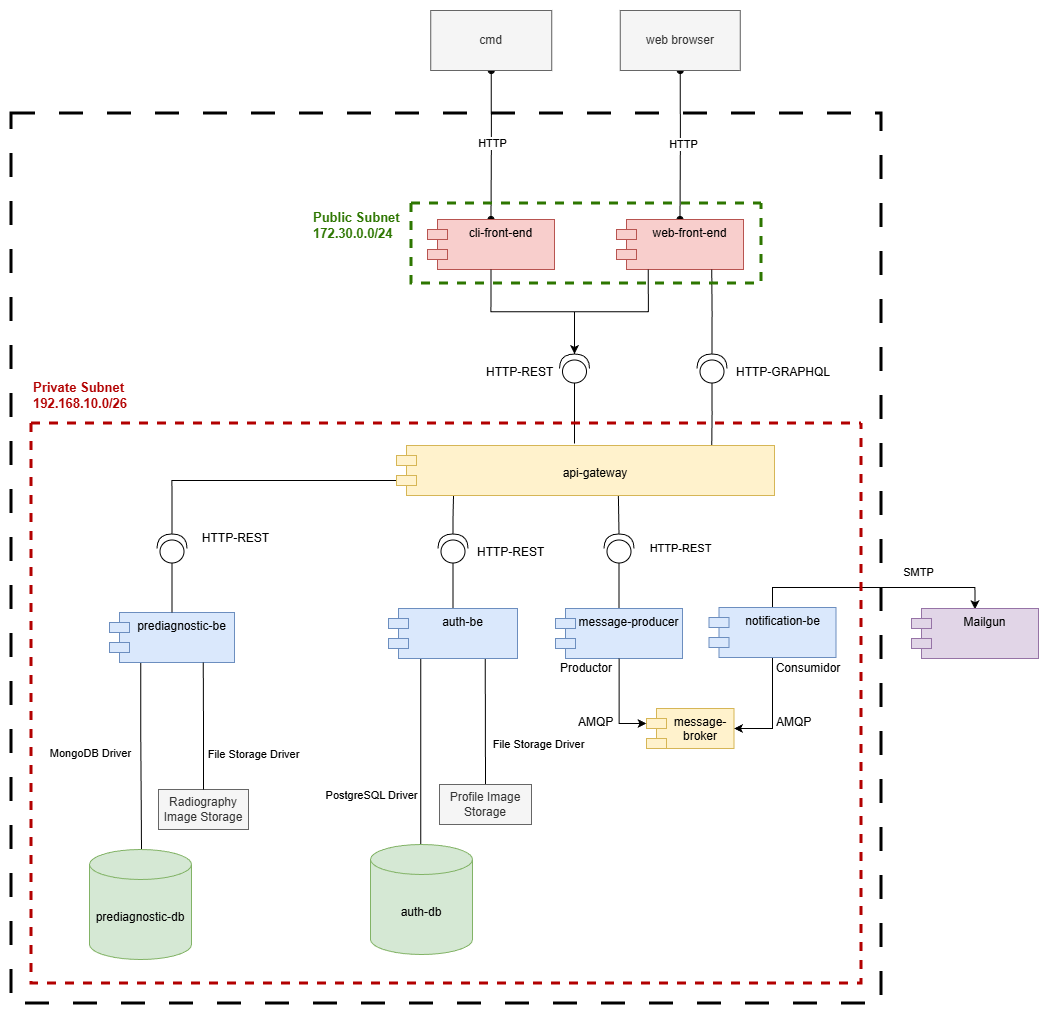
Earlier version of the draw.io export P3/images/cycview.png (unobeswarch/PrototypesReadmes). Source tidied: cells renumbered, new cells last; positions are measured from the earlier drawing's top-left corner, leaving out a move shared by most shapes. The source it was exported from:
```xml
<mxGraphModel>
  <root>
    <mxCell id="0" />
    <mxCell id="1" parent="0" />
    <mxCell id="2" style="rounded=0;whiteSpace=wrap;html=1;dashed=1;strokeWidth=3;dashPattern=8 8;" parent="1" vertex="1">
      <mxGeometry y="103" width="870" height="890" as="geometry" />
    </mxCell>
    <mxCell id="3" style="edgeStyle=orthogonalEdgeStyle;rounded=0;jettySize=auto;html=1;exitX=0.5;exitY=1;exitDx=0;exitDy=0;entryX=0.5;entryY=0;entryDx=0;entryDy=0;endArrow=oval;endFill=1;startArrow=oval;startFill=1;" parent="1" edge="1" source="27" target="26">
      <mxGeometry relative="1" as="geometry" />
    </mxCell>
    <mxCell id="4" value="HTTP" style="edgeLabel;html=1;align=center;verticalAlign=middle;" parent="3" vertex="1">
      <mxGeometry x="-0.09" y="2" relative="1" as="geometry">
        <mxPoint x="-2" y="5" as="offset" />
      </mxGeometry>
    </mxCell>
    <mxCell id="5" style="edgeStyle=orthogonalEdgeStyle;rounded=0;jettySize=auto;html=1;exitX=0.5;exitY=1;exitDx=0;exitDy=0;entryX=0.5;entryY=0;entryDx=0;entryDy=0;endArrow=oval;endFill=1;startArrow=oval;startFill=1;" parent="1" edge="1" source="22" target="9">
      <mxGeometry relative="1" as="geometry" />
    </mxCell>
    <mxCell id="6" value="HTTP" style="edgeLabel;html=1;align=center;verticalAlign=middle;" parent="5" vertex="1">
      <mxGeometry x="-0.18" y="2" relative="1" as="geometry">
        <mxPoint y="12" as="offset" />
      </mxGeometry>
    </mxCell>
    <mxCell id="7" style="edgeStyle=orthogonalEdgeStyle;rounded=0;jettySize=auto;html=1;exitX=0;exitY=0.5;exitDx=0;exitDy=0;exitPerimeter=0;entryX=0.5;entryY=0;entryDx=0;entryDy=0;endArrow=none;endFill=0;" parent="1" edge="1" source="8" target="49">
      <mxGeometry relative="1" as="geometry" />
    </mxCell>
    <mxCell id="8" style="shape=providedRequiredInterface;html=1;verticalLabelPosition=bottom;sketch=0;rotation=-90;fillStyle=solid;fillColor=none;strokeWidth=1;" parent="1" vertex="1">
      <mxGeometry x="593" y="523" width="29" height="30" as="geometry" />
    </mxCell>
    <mxCell id="9" value="web-front-end" style="shape=module;align=left;spacingLeft=20;align=center;verticalAlign=top;whiteSpace=wrap;html=1;fillColor=#f8cecc;strokeColor=#b85450;" parent="1" vertex="1">
      <mxGeometry x="605" y="209" width="127" height="50" as="geometry" />
    </mxCell>
    <mxCell id="10" style="edgeStyle=orthogonalEdgeStyle;rounded=0;jettySize=auto;html=1;endArrow=none;endFill=0;entryX=1;entryY=0.5;entryDx=0;entryDy=0;entryPerimeter=0;exitX=0.587;exitY=0.999;exitDx=0;exitDy=0;exitPerimeter=0;" parent="1" edge="1" source="51" target="8">
      <mxGeometry relative="1" as="geometry">
        <Array as="points">
          <mxPoint x="607" y="486" />
          <mxPoint x="607" y="486" />
        </Array>
      </mxGeometry>
    </mxCell>
    <mxCell id="11" value="HTTP-REST" style="edgeLabel;html=1;align=center;verticalAlign=middle;fontSize=11;" parent="10" vertex="1">
      <mxGeometry x="0.37" y="2" relative="1" as="geometry">
        <mxPoint x="59" y="27" as="offset" />
      </mxGeometry>
    </mxCell>
    <mxCell id="12" style="edgeStyle=orthogonalEdgeStyle;rounded=0;jettySize=auto;html=1;exitX=0.25;exitY=1;exitDx=0;exitDy=0;endArrow=none;endFill=0;entryX=0.5;entryY=0;entryDx=0;entryDy=0;entryPerimeter=0;" parent="1" edge="1" source="25" target="15">
      <mxGeometry relative="1" as="geometry">
        <Array as="points">
          <mxPoint x="409" y="834" />
        </Array>
      </mxGeometry>
    </mxCell>
    <mxCell id="13" value="PostgreSQL Driver" style="edgeLabel;html=1;align=center;verticalAlign=middle;" parent="12" vertex="1">
      <mxGeometry x="-0.1" y="-1" relative="1" as="geometry">
        <mxPoint x="-49" y="52" as="offset" />
      </mxGeometry>
    </mxCell>
    <mxCell id="14" style="edgeStyle=orthogonalEdgeStyle;rounded=0;jettySize=auto;html=1;exitX=0.75;exitY=1;exitDx=0;exitDy=0;entryX=0.5;entryY=0;entryDx=0;entryDy=0;endArrow=none;endFill=0;" parent="1" edge="1" source="25" target="28">
      <mxGeometry relative="1" as="geometry" />
    </mxCell>
    <mxCell id="15" value="auth-db" style="shape=cylinder3;whiteSpace=wrap;html=1;boundedLbl=1;backgroundOutline=1;size=15;fillColor=#d5e8d4;strokeColor=#82b366;" parent="1" vertex="1">
      <mxGeometry x="359" y="834" width="102" height="110" as="geometry" />
    </mxCell>
    <mxCell id="16" style="edgeStyle=orthogonalEdgeStyle;rounded=0;jettySize=auto;html=1;exitX=0.25;exitY=1;exitDx=0;exitDy=0;endArrow=none;endFill=0;entryX=0.5;entryY=0;entryDx=0;entryDy=0;entryPerimeter=0;" parent="1" edge="1" source="18" target="19">
      <mxGeometry relative="1" as="geometry">
        <Array as="points">
          <mxPoint x="130" y="728" />
          <mxPoint x="130" y="823" />
        </Array>
      </mxGeometry>
    </mxCell>
    <mxCell id="17" value="MongoDB Driver" style="edgeLabel;html=1;align=center;verticalAlign=middle;" parent="16" vertex="1">
      <mxGeometry x="0.03" y="-2" relative="1" as="geometry">
        <mxPoint x="-49" y="-7" as="offset" />
      </mxGeometry>
    </mxCell>
    <mxCell id="18" value="prediagnostic-be" style="shape=module;align=left;spacingLeft=20;align=center;verticalAlign=top;whiteSpace=wrap;html=1;fillColor=#dae8fc;strokeColor=#6c8ebf;" parent="1" vertex="1">
      <mxGeometry x="98" y="602" width="125" height="50" as="geometry" />
    </mxCell>
    <mxCell id="19" value="prediagnostic-db" style="shape=cylinder3;whiteSpace=wrap;html=1;boundedLbl=1;backgroundOutline=1;size=15;fillColor=#d5e8d4;strokeColor=#82b366;" parent="1" vertex="1">
      <mxGeometry x="78" y="839" width="102" height="110" as="geometry" />
    </mxCell>
    <mxCell id="20" style="edgeStyle=orthogonalEdgeStyle;rounded=0;jettySize=auto;html=1;exitX=0;exitY=0.5;exitDx=0;exitDy=0;exitPerimeter=0;entryX=0.5;entryY=0;entryDx=0;entryDy=0;endArrow=none;endFill=0;" parent="1" edge="1" source="21" target="25">
      <mxGeometry relative="1" as="geometry" />
    </mxCell>
    <mxCell id="21" style="shape=providedRequiredInterface;html=1;verticalLabelPosition=bottom;sketch=0;rotation=-90;fillStyle=solid;fillColor=none;strokeWidth=1;" parent="1" vertex="1">
      <mxGeometry x="427" y="523" width="29" height="30" as="geometry" />
    </mxCell>
    <mxCell id="22" value="web browser" style="rounded=0;whiteSpace=wrap;html=1;fillColor=#f5f5f5;fontColor=#333333;strokeColor=#666666;" parent="1" vertex="1">
      <mxGeometry x="608.8" width="120" height="60" as="geometry" />
    </mxCell>
    <mxCell id="23" value="Radiography Image Storage" style="rounded=0;whiteSpace=wrap;html=1;fillColor=#f5f5f5;fontColor=#333333;strokeColor=#666666;" parent="1" vertex="1">
      <mxGeometry x="147" y="779" width="90" height="40" as="geometry" />
    </mxCell>
    <mxCell id="24" style="edgeStyle=orthogonalEdgeStyle;rounded=0;jettySize=auto;html=1;entryX=0.75;entryY=1;entryDx=0;entryDy=0;endArrow=none;endFill=0;" parent="1" edge="1" source="23" target="18">
      <mxGeometry relative="1" as="geometry" />
    </mxCell>
    <mxCell id="25" value="auth-be" style="shape=module;align=left;spacingLeft=20;align=center;verticalAlign=top;whiteSpace=wrap;html=1;fillColor=#dae8fc;strokeColor=#6c8ebf;" parent="1" vertex="1">
      <mxGeometry x="377" y="598" width="129" height="50" as="geometry" />
    </mxCell>
    <mxCell id="26" value="cli-front-end" style="shape=module;align=left;spacingLeft=20;align=center;verticalAlign=top;whiteSpace=wrap;html=1;fillColor=#f8cecc;strokeColor=#b85450;" parent="1" vertex="1">
      <mxGeometry x="416" y="209" width="127" height="50" as="geometry" />
    </mxCell>
    <mxCell id="27" value="cmd" style="rounded=0;whiteSpace=wrap;html=1;fillColor=#f5f5f5;fontColor=#333333;strokeColor=#666666;" parent="1" vertex="1">
      <mxGeometry x="419.2" width="121" height="60" as="geometry" />
    </mxCell>
    <mxCell id="28" value="Profile Image Storage" style="rounded=0;whiteSpace=wrap;html=1;fillColor=#f5f5f5;fontColor=#333333;strokeColor=#666666;" parent="1" vertex="1">
      <mxGeometry x="428" y="774" width="92" height="40" as="geometry" />
    </mxCell>
    <mxCell id="29" style="edgeStyle=orthogonalEdgeStyle;rounded=0;jettySize=auto;html=1;entryX=1;entryY=0.5;entryDx=0;entryDy=0;" parent="1" edge="1" source="31" target="32">
      <mxGeometry relative="1" as="geometry" />
    </mxCell>
    <mxCell id="30" style="edgeStyle=orthogonalEdgeStyle;rounded=0;jettySize=auto;html=1;exitX=0.5;exitY=0;exitDx=0;exitDy=0;entryX=0.5;entryY=0.016;entryDx=0;entryDy=0;entryPerimeter=0;" parent="1" edge="1" source="31" target="52">
      <mxGeometry relative="1" as="geometry" />
    </mxCell>
    <mxCell id="31" value="notification-be" style="shape=module;align=left;spacingLeft=20;align=center;verticalAlign=top;whiteSpace=wrap;html=1;fillColor=#dae8fc;strokeColor=#6c8ebf;" parent="1" vertex="1">
      <mxGeometry x="697.5" y="597" width="127" height="50" as="geometry" />
    </mxCell>
    <mxCell id="32" value="message-broker" style="shape=module;align=left;spacingLeft=20;align=center;verticalAlign=top;whiteSpace=wrap;html=1;fillColor=#fff2cc;strokeColor=#d6b656;" parent="1" vertex="1">
      <mxGeometry x="635" y="698" width="87.5" height="40" as="geometry" />
    </mxCell>
    <mxCell id="33" style="edgeStyle=orthogonalEdgeStyle;rounded=0;jettySize=auto;html=1;endArrow=none;endFill=0;entryX=0.5;entryY=1;entryDx=0;entryDy=0;exitX=1;exitY=0.5;exitDx=0;exitDy=0;exitPerimeter=0;" parent="1" edge="1" source="35" target="26">
      <mxGeometry relative="1" as="geometry" />
    </mxCell>
    <mxCell id="34" style="edgeStyle=orthogonalEdgeStyle;rounded=0;jettySize=auto;html=1;exitX=0;exitY=0.5;exitDx=0;exitDy=0;exitPerimeter=0;endArrow=none;endFill=0;" parent="1" edge="1" source="35">
      <mxGeometry relative="1" as="geometry">
        <mxPoint x="563" y="433" as="targetPoint" />
      </mxGeometry>
    </mxCell>
    <mxCell id="35" style="shape=providedRequiredInterface;html=1;verticalLabelPosition=bottom;sketch=0;rotation=-90;fillStyle=solid;fillColor=none;strokeWidth=1;" parent="1" vertex="1">
      <mxGeometry x="548.5" y="343" width="29" height="30" as="geometry" />
    </mxCell>
    <mxCell id="36" style="edgeStyle=orthogonalEdgeStyle;rounded=0;jettySize=auto;html=1;exitX=1;exitY=0.5;exitDx=0;exitDy=0;exitPerimeter=0;entryX=0.75;entryY=1;entryDx=0;entryDy=0;endArrow=none;endFill=0;" parent="1" edge="1" source="37" target="9">
      <mxGeometry relative="1" as="geometry" />
    </mxCell>
    <mxCell id="37" style="shape=providedRequiredInterface;html=1;verticalLabelPosition=bottom;sketch=0;rotation=-90;fillStyle=solid;fillColor=none;strokeWidth=1;" parent="1" vertex="1">
      <mxGeometry x="686" y="343" width="29" height="30" as="geometry" />
    </mxCell>
    <mxCell id="38" value="HTTP-REST" style="text;whiteSpace=wrap;html=1;" parent="1" vertex="1">
      <mxGeometry x="473" y="348" width="70" height="20" as="geometry" />
    </mxCell>
    <mxCell id="39" style="edgeStyle=orthogonalEdgeStyle;rounded=0;jettySize=auto;html=1;exitX=0;exitY=0.5;exitDx=0;exitDy=0;exitPerimeter=0;entryX=0.5;entryY=0;entryDx=0;entryDy=0;endArrow=none;endFill=0;" parent="1" edge="1" source="40" target="18">
      <mxGeometry relative="1" as="geometry" />
    </mxCell>
    <mxCell id="40" style="shape=providedRequiredInterface;html=1;verticalLabelPosition=bottom;sketch=0;rotation=-90;fillStyle=solid;fillColor=none;strokeWidth=1;" parent="1" vertex="1">
      <mxGeometry x="146" y="523" width="29" height="30" as="geometry" />
    </mxCell>
    <mxCell id="41" style="edgeStyle=orthogonalEdgeStyle;rounded=0;jettySize=auto;html=1;exitX=1;exitY=0.5;exitDx=0;exitDy=0;exitPerimeter=0;entryX=0;entryY=0;entryDx=0;entryDy=35;entryPerimeter=0;endArrow=none;endFill=0;" parent="1" edge="1" source="40" target="51">
      <mxGeometry relative="1" as="geometry" />
    </mxCell>
    <mxCell id="42" value="HTTP-REST" style="text;html=1;align=center;verticalAlign=middle;whiteSpace=wrap;rounded=0;" parent="1" vertex="1">
      <mxGeometry x="175" y="513" width="99" height="30" as="geometry" />
    </mxCell>
    <mxCell id="43" value="Productor" style="text;html=1;whiteSpace=wrap;strokeColor=none;fillColor=none;align=center;verticalAlign=middle;rounded=0;" parent="1" vertex="1">
      <mxGeometry x="545" y="643" width="60" height="30" as="geometry" />
    </mxCell>
    <mxCell id="44" value="Consumidor" style="text;html=1;whiteSpace=wrap;strokeColor=none;fillColor=none;align=center;verticalAlign=middle;rounded=0;" parent="1" vertex="1">
      <mxGeometry x="763" y="643" width="68" height="30" as="geometry" />
    </mxCell>
    <mxCell id="45" style="edgeStyle=orthogonalEdgeStyle;rounded=0;jettySize=auto;html=1;exitX=0;exitY=0.5;exitDx=0;exitDy=0;exitPerimeter=0;entryX=0.834;entryY=0.031;entryDx=0;entryDy=0;entryPerimeter=0;endArrow=none;endFill=0;" parent="1" edge="1" source="37" target="51">
      <mxGeometry relative="1" as="geometry" />
    </mxCell>
    <mxCell id="46" value="HTTP-GRAPHQL" style="text;whiteSpace=wrap;html=1;" parent="1" vertex="1">
      <mxGeometry x="722.5" y="348" width="95.5" height="20" as="geometry" />
    </mxCell>
    <mxCell id="47" style="edgeStyle=orthogonalEdgeStyle;rounded=0;jettySize=auto;html=1;exitX=1;exitY=0.5;exitDx=0;exitDy=0;exitPerimeter=0;entryX=0.151;entryY=0.94;entryDx=0;entryDy=0;entryPerimeter=0;endArrow=none;endFill=0;" parent="1" edge="1" source="21" target="51">
      <mxGeometry relative="1" as="geometry" />
    </mxCell>
    <mxCell id="48" value="HTTP-REST" style="text;whiteSpace=wrap;html=1;" parent="1" vertex="1">
      <mxGeometry x="464" y="528" width="70" height="20" as="geometry" />
    </mxCell>
    <mxCell id="49" value="message-producer" style="shape=module;align=left;spacingLeft=20;align=center;verticalAlign=top;whiteSpace=wrap;html=1;fillColor=#dae8fc;strokeColor=#6c8ebf;" parent="1" vertex="1">
      <mxGeometry x="544" y="598" width="127" height="50" as="geometry" />
    </mxCell>
    <mxCell id="50" style="edgeStyle=orthogonalEdgeStyle;rounded=0;jettySize=auto;html=1;entryX=0;entryY=0;entryDx=0;entryDy=15;entryPerimeter=0;" parent="1" edge="1" source="49" target="32">
      <mxGeometry relative="1" as="geometry" />
    </mxCell>
    <mxCell id="51" value="&lt;div&gt;&lt;br&gt;&lt;/div&gt;&lt;div&gt;api-gateway&lt;/div&gt;" style="shape=module;align=left;spacingLeft=20;align=center;verticalAlign=top;whiteSpace=wrap;html=1;fillColor=#fff2cc;strokeColor=#d6b656;" parent="1" vertex="1">
      <mxGeometry x="385" y="435" width="378" height="50" as="geometry" />
    </mxCell>
    <mxCell id="52" value="Mailgun" style="shape=module;align=left;spacingLeft=20;align=center;verticalAlign=top;whiteSpace=wrap;html=1;fillColor=#e1d5e7;strokeColor=#9673a6;" parent="1" vertex="1">
      <mxGeometry x="900" y="598" width="127" height="50" as="geometry" />
    </mxCell>
    <mxCell id="53" value="SMTP" style="edgeLabel;html=1;align=center;verticalAlign=middle;fontSize=11;" parent="1" vertex="1">
      <mxGeometry x="920" y="563" as="geometry">
        <mxPoint x="-14" y="-2" as="offset" />
      </mxGeometry>
    </mxCell>
    <mxCell id="54" value="File Storage Driver" style="edgeLabel;html=1;align=center;verticalAlign=middle;" parent="1" vertex="1">
      <mxGeometry x="180" y="863" as="geometry">
        <mxPoint x="61" y="-120" as="offset" />
      </mxGeometry>
    </mxCell>
    <mxCell id="55" value="File Storage Driver" style="edgeLabel;html=1;align=center;verticalAlign=middle;" parent="1" vertex="1">
      <mxGeometry x="465" y="853" as="geometry">
        <mxPoint x="61" y="-120" as="offset" />
      </mxGeometry>
    </mxCell>
    <mxCell id="56" value="AMQP" style="text;whiteSpace=wrap;html=1;" parent="1" vertex="1">
      <mxGeometry x="763" y="698" width="70" height="20" as="geometry" />
    </mxCell>
    <mxCell id="57" value="AMQP" style="text;whiteSpace=wrap;html=1;" parent="1" vertex="1">
      <mxGeometry x="565" y="698" width="70" height="20" as="geometry" />
    </mxCell>
    <mxCell id="58" style="edgeStyle=orthogonalEdgeStyle;rounded=0;jettySize=auto;html=1;exitX=0.25;exitY=1;exitDx=0;exitDy=0;entryX=1;entryY=0.5;entryDx=0;entryDy=0;entryPerimeter=0;" parent="1" edge="1" source="9" target="35">
      <mxGeometry relative="1" as="geometry" />
    </mxCell>
    <mxCell id="59" style="swimlane;startSize=0;fillColor=#e51400;strokeColor=#B20000;strokeWidth=3;dashed=1;fontColor=#ffffff;" parent="1" vertex="1">
      <mxGeometry x="20" y="413" width="830" height="560" as="geometry" />
    </mxCell>
    <mxCell id="60" style="swimlane;startSize=0;fillColor=#60a917;strokeColor=#2D7600;strokeWidth=3;dashed=1;fontColor=#ffffff;" parent="1" vertex="1">
      <mxGeometry x="400" y="193" width="350" height="80" as="geometry" />
    </mxCell>
    <mxCell id="61" value="&lt;span&gt;Public Subnet&lt;/span&gt;&lt;br&gt;&lt;span&gt;172.30.0.0/24&lt;/span&gt;&lt;div&gt;&lt;br&gt;&lt;/div&gt;" style="text;whiteSpace=wrap;html=1;fontColor=#2D7600;fontStyle=1;fontSize=13;" parent="1" vertex="1">
      <mxGeometry x="300" y="193" width="95.5" height="44" as="geometry" />
    </mxCell>
    <mxCell id="62" value="&lt;span&gt;Private Subnet&lt;/span&gt;&lt;br&gt;192.168.10.0/26&lt;br&gt;&lt;div&gt;&lt;br&gt;&lt;/div&gt;" style="text;whiteSpace=wrap;html=1;fontColor=#B20000;fontStyle=1;fontSize=13;" parent="1" vertex="1">
      <mxGeometry x="20" y="362.5" width="95.5" height="44" as="geometry" />
    </mxCell>
  </root>
</mxGraphModel>
```
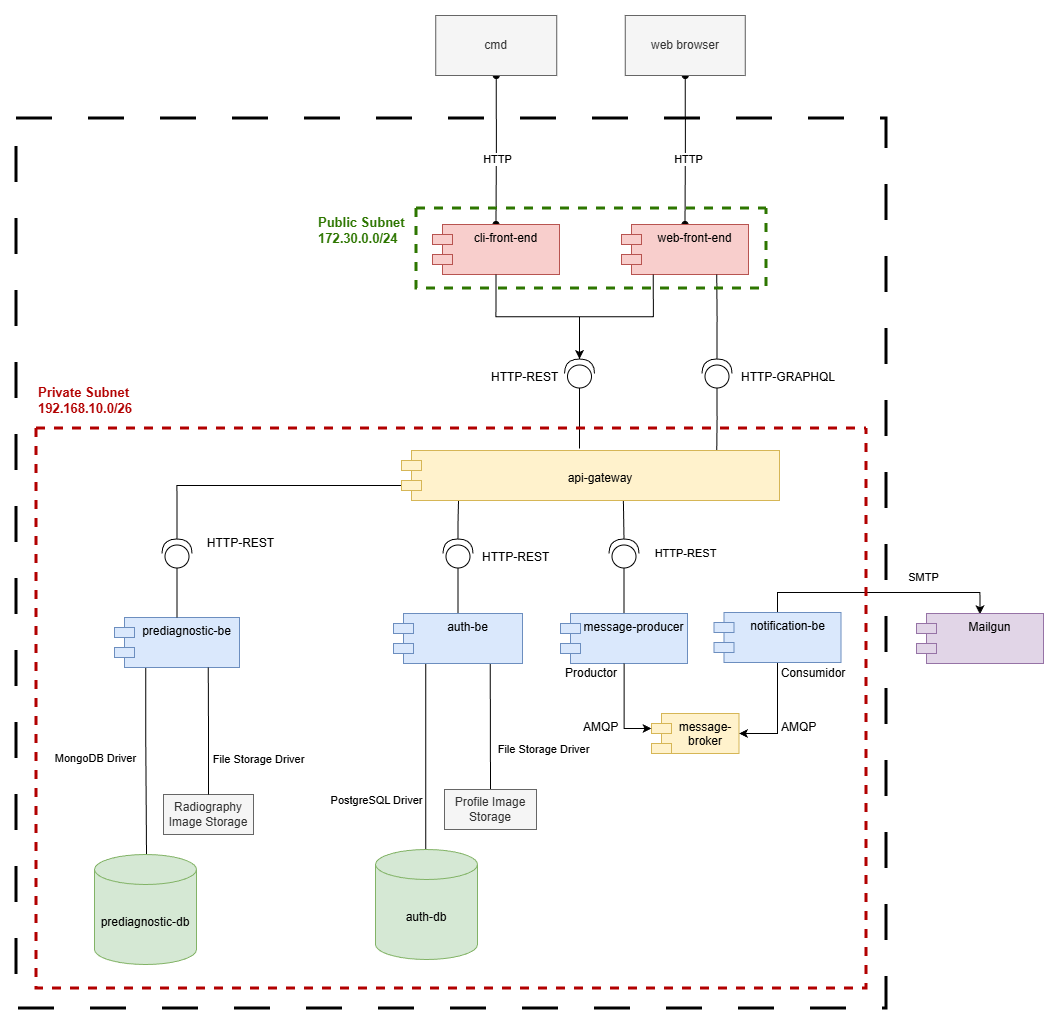
Above is the later version.

Diff of the diagram source:
```diff
@@ -2,7 +2,7 @@
   <root>
     <mxCell id="0" />
     <mxCell id="1" parent="0" />
-    <mxCell id="2" style="rounded=0;whiteSpace=wrap;html=1;dashed=1;strokeWidth=3;dashPattern=8 8;" parent="1" vertex="1">
+    <mxCell id="2" style="rounded=0;whiteSpace=wrap;html=1;dashed=1;strokeWidth=3;dashPattern=12 12;" parent="1" vertex="1">
       <mxGeometry y="103" width="870" height="890" as="geometry" />
     </mxCell>
     <mxCell id="3" style="edgeStyle=orthogonalEdgeStyle;rounded=0;jettySize=auto;html=1;exitX=0.5;exitY=1;exitDx=0;exitDy=0;entryX=0.5;entryY=0;entryDx=0;entryDy=0;endArrow=oval;endFill=1;startArrow=oval;startFill=1;" parent="1" edge="1" source="27" target="26">
@@ -10,7 +10,7 @@
     </mxCell>
     <mxCell id="4" value="HTTP" style="edgeLabel;html=1;align=center;verticalAlign=middle;" parent="3" vertex="1">
       <mxGeometry x="-0.09" y="2" relative="1" as="geometry">
-        <mxPoint x="-2" y="5" as="offset" />
+        <mxPoint x="-2" y="16" as="offset" />
       </mxGeometry>
     </mxCell>
     <mxCell id="5" style="edgeStyle=orthogonalEdgeStyle;rounded=0;jettySize=auto;html=1;exitX=0.5;exitY=1;exitDx=0;exitDy=0;entryX=0.5;entryY=0;entryDx=0;entryDy=0;endArrow=oval;endFill=1;startArrow=oval;startFill=1;" parent="1" edge="1" source="22" target="9">
@@ -18,7 +18,7 @@
     </mxCell>
     <mxCell id="6" value="HTTP" style="edgeLabel;html=1;align=center;verticalAlign=middle;" parent="5" vertex="1">
       <mxGeometry x="-0.18" y="2" relative="1" as="geometry">
-        <mxPoint y="12" as="offset" />
+        <mxPoint y="22" as="offset" />
       </mxGeometry>
     </mxCell>
     <mxCell id="7" style="edgeStyle=orthogonalEdgeStyle;rounded=0;jettySize=auto;html=1;exitX=0;exitY=0.5;exitDx=0;exitDy=0;exitPerimeter=0;entryX=0.5;entryY=0;entryDx=0;entryDy=0;endArrow=none;endFill=0;" parent="1" edge="1" source="8" target="49">
```
